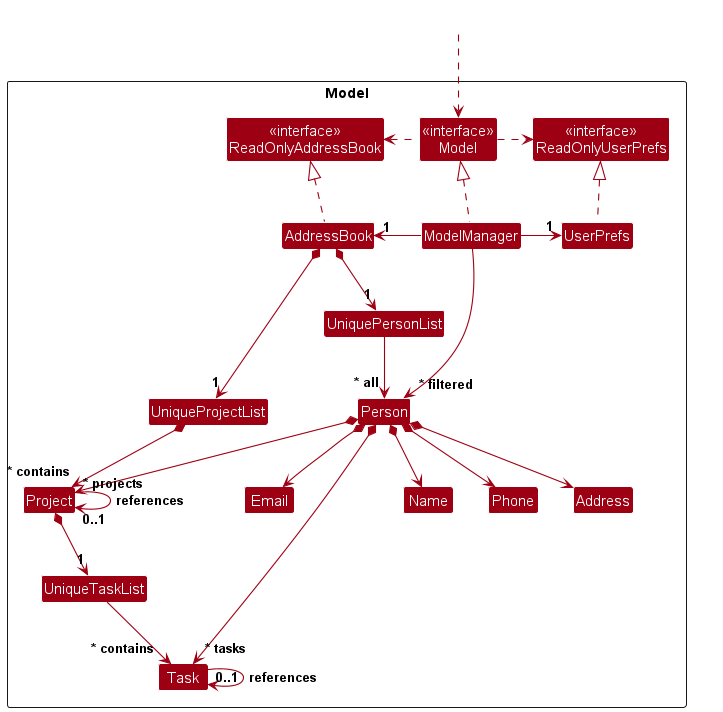
Above: docs/images/ModelClassDiagram.png in ZealousGinger/tp (PlantUML), before the change. Its diagram source:
```plantuml
@startuml
!include style.puml
skinparam arrowThickness 1.1
skinparam arrowColor MODEL_COLOR
skinparam classBackgroundColor MODEL_COLOR

Package Model as ModelPackage <<Rectangle>>{
Class "<<interface>>\nReadOnlyAddressBook" as ReadOnlyAddressBook
Class "<<interface>>\nReadOnlyUserPrefs" as ReadOnlyUserPrefs
Class "<<interface>>\nModel" as Model
Class AddressBook
Class ModelManager
Class UserPrefs

Class UniquePersonList
Class UniqueProjectList
Class UniqueTaskList
Class Person
Class Address
Class Email
Class Name
Class Phone
Class Project
Class Task

Class I #FFFFFF
}

Class HiddenOutside #FFFFFF
HiddenOutside ..> Model

AddressBook .up.|> ReadOnlyAddressBook

ModelManager .up.|> Model
Model .right.> ReadOnlyUserPrefs
Model .left.> ReadOnlyAddressBook
ModelManager -left-> "1" AddressBook
ModelManager -right-> "1" UserPrefs
UserPrefs .up.|> ReadOnlyUserPrefs

AddressBook *--> "1" UniquePersonList
AddressBook *--> "1" UniqueProjectList
Project *--> "1" UniqueTaskList
UniquePersonList --> "~* all" Person
UniqueProjectList *--> "~* contains" Project
UniqueTaskList --> "~* contains" Task
Person *--> Name
Person *--> Phone
Person *--> Email
Person *--> Address
Person *--> "~* projects" Project
Person *--> "~* tasks" Task
Project --> "0..1" Project : references
Task --> "0..1" Task : references

Person -[hidden]up--> I
UniquePersonList -[hidden]right-> I
UniqueProjectList -[hidden]right-> I
UniqueTaskList -[hidden]right-> I

Name -[hidden]right-> Phone
Phone -[hidden]right-> Address
Address -[hidden]right-> Email
Project -[hidden]right-> Task

ModelManager --> "~* filtered" Person
@enduml
```
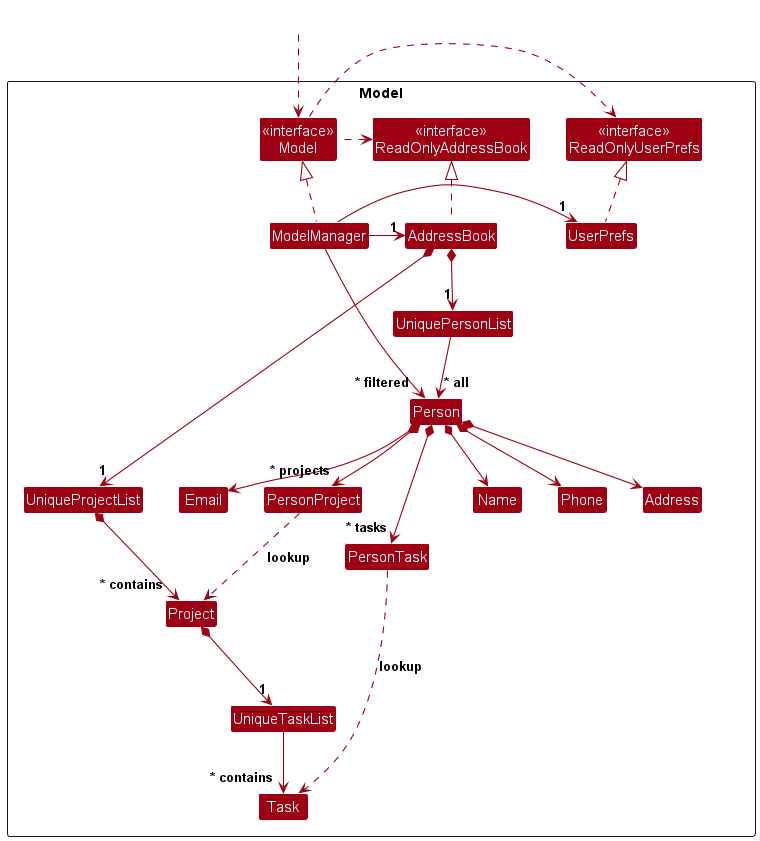
The same diagram one commit later.

Commit message:
Update Model diagram

Change to the diagram source:
```diff
@@ -22,6 +22,8 @@
 Class Phone
 Class Project
 Class Task
+Class PersonProject
+Class PersonTask
 
 Class I #FFFFFF
 }
@@ -48,10 +50,10 @@
 Person *--> Phone
 Person *--> Email
 Person *--> Address
-Person *--> "~* projects" Project
-Person *--> "~* tasks" Task
-Project --> "0..1" Project : references
-Task --> "0..1" Task : references
+Person *--> "~* projects" PersonProject
+Person *--> "~* tasks" PersonTask
+PersonProject ..> Project : lookup
+PersonTask ..> Task : lookup
 
 Person -[hidden]up--> I
 UniquePersonList -[hidden]right-> I
```
